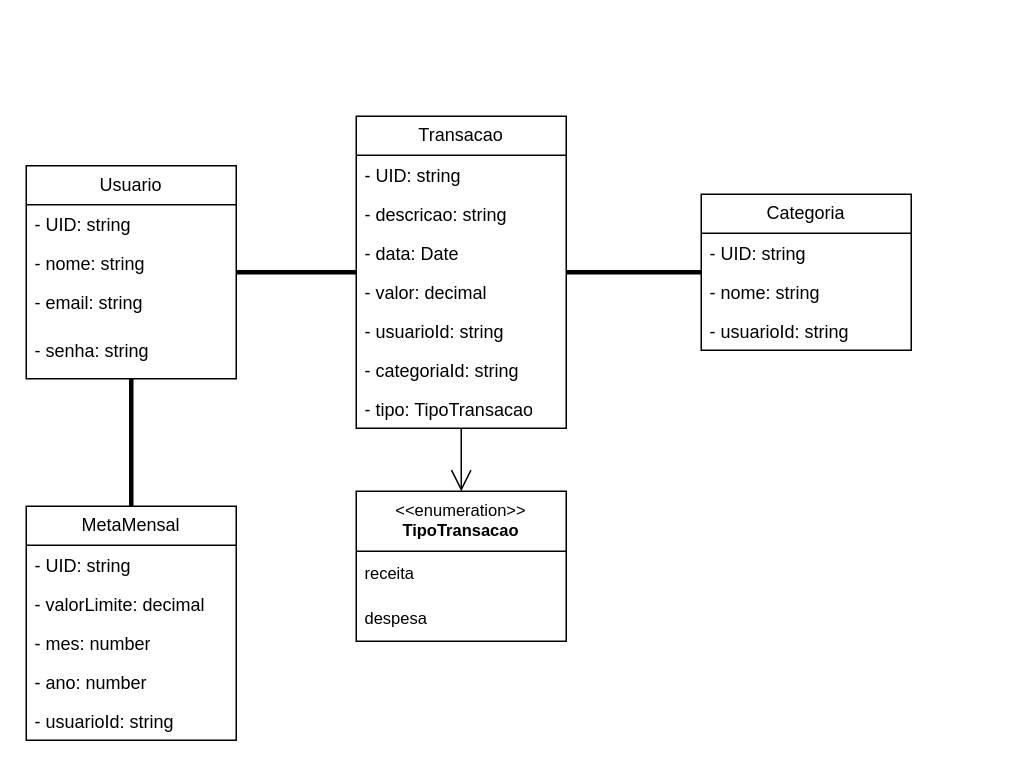
This is page "Diagrama de classes" (1 of 2) of Diagramas_Sis-GastosPessoais.drawio from Guilherme-Domingos/Draw.io, a draw.io file, before an edit. Source tidied: cells renumbered, new cells numbered last; positions are measured from the earlier drawing's top-left corner, leaving out a move shared by most shapes. Both pictures are drawn from the tidied source at 150%, with x=0, y=0 at pixel (26, 116).
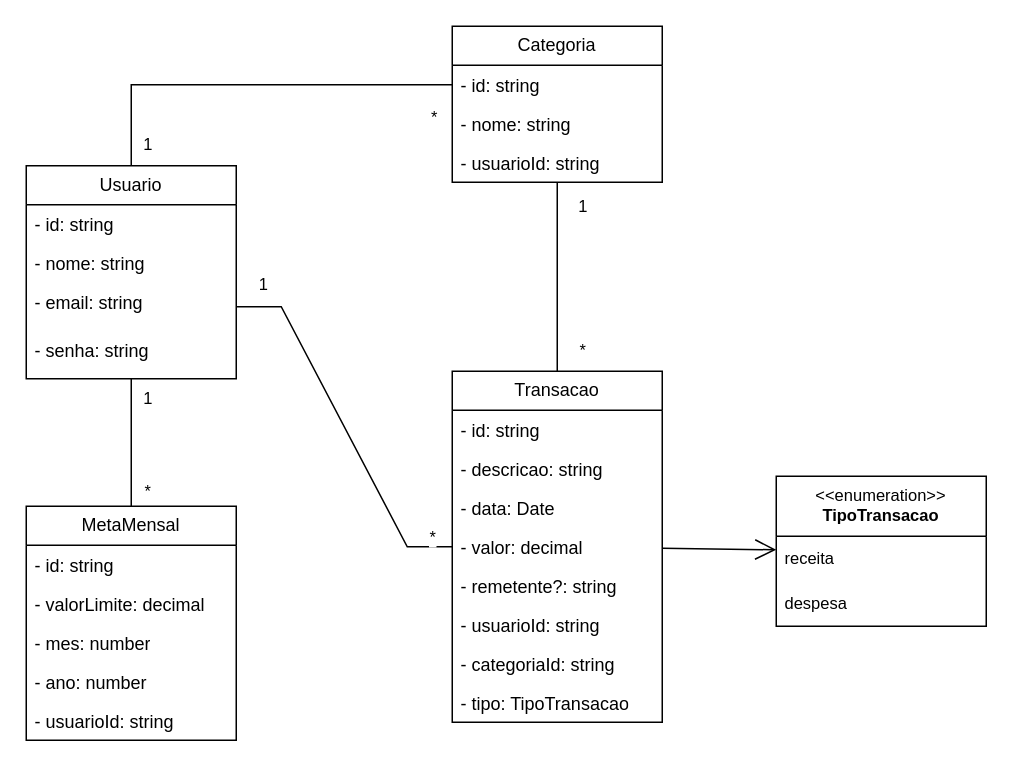
After the change.

The change refers to these unchanged cells:
```xml
<mxCell id="2" value="Usuario" style="swimlane;fontStyle=0;horizontal=1;startSize=26;fillColor=none;whiteSpace=wrap;html=1;" parent="1" vertex="1">
  <mxGeometry y="33" width="140" height="142" as="geometry" />
</mxCell>
<mxCell id="5" value="- email: string" style="text;strokeColor=none;fillColor=none;align=left;verticalAlign=top;spacingLeft=4;spacingRight=4;overflow=hidden;points=[[0,0.5],[1,0.5]];portConstraint=eastwest;whiteSpace=wrap;html=1;" parent="2" vertex="1">
  <mxGeometry y="78" width="140" height="32" as="geometry" />
</mxCell>
<mxCell id="6" value="- senha: string" style="text;strokeColor=none;fillColor=none;align=left;verticalAlign=top;spacingLeft=4;spacingRight=4;overflow=hidden;points=[[0,0.5],[1,0.5]];portConstraint=eastwest;whiteSpace=wrap;html=1;" parent="2" vertex="1">
  <mxGeometry y="110" width="140" height="32" as="geometry" />
</mxCell>
<mxCell id="18" value="- usuarioId: string" style="text;strokeColor=none;fillColor=none;align=left;verticalAlign=top;spacingLeft=4;spacingRight=4;overflow=hidden;points=[[0,0.5],[1,0.5]];portConstraint=eastwest;whiteSpace=wrap;html=1;" parent="15" vertex="1">
  <mxGeometry y="78" width="140" height="26" as="geometry" />
</mxCell>
<mxCell id="19" value="MetaMensal" style="swimlane;fontStyle=0;horizontal=1;startSize=26;fillColor=none;whiteSpace=wrap;html=1;" parent="1" vertex="1">
  <mxGeometry y="260" width="140" height="156" as="geometry" />
</mxCell>
```

Diff of the diagram source:
```diff
@@
-    <mxCell id="3" value="- UID: string" style="text;strokeColor=none;fillColor=none;align=left;verticalAlign=top;spacingLeft=4;spacingRight=4;overflow=hidden;whiteSpace=wrap;html=1;" parent="2" vertex="1">
+    <mxCell id="3" value="- id: string" style="text;strokeColor=none;fillColor=none;align=left;verticalAlign=top;spacingLeft=4;spacingRight=4;overflow=hidden;whiteSpace=wrap;html=1;" parent="2" vertex="1">
       <mxGeometry y="26" width="140" height="26" as="geometry" />
     </mxCell>
@@
     <mxCell id="7" value="Transacao" style="swimlane;fontStyle=0;horizontal=1;startSize=26;fillColor=none;whiteSpace=wrap;html=1;" parent="1" vertex="1">
-      <mxGeometry x="220" width="140" height="208" as="geometry" />
+      <mxGeometry x="284" y="170" width="140" height="234" as="geometry" />
     </mxCell>
-    <mxCell id="8" value="- UID: string" style="text;strokeColor=none;fillColor=none;align=left;verticalAlign=top;spacingLeft=4;spacingRight=4;overflow=hidden;whiteSpace=wrap;html=1;" parent="7" vertex="1">
+    <mxCell id="8" value="- id: string" style="text;strokeColor=none;fillColor=none;align=left;verticalAlign=top;spacingLeft=4;spacingRight=4;overflow=hidden;whiteSpace=wrap;html=1;" parent="7" vertex="1">
       <mxGeometry y="26" width="140" height="26" as="geometry" />
     </mxCell>
@@
+    <mxCell id="32" value="- remetente?: string" style="text;strokeColor=none;fillColor=none;align=left;verticalAlign=top;spacingLeft=4;spacingRight=4;overflow=hidden;whiteSpace=wrap;html=1;" parent="7" vertex="1">
+      <mxGeometry y="130" width="140" height="26" as="geometry" />
+    </mxCell>
     <mxCell id="12" value="- usuarioId: string" style="text;strokeColor=none;fillColor=none;align=left;verticalAlign=top;spacingLeft=4;spacingRight=4;overflow=hidden;whiteSpace=wrap;html=1;" parent="7" vertex="1">
-      <mxGeometry y="130" width="140" height="26" as="geometry" />
+      <mxGeometry y="156" width="140" height="26" as="geometry" />
     </mxCell>
     <mxCell id="13" value="- categoriaId: string" style="text;strokeColor=none;fillColor=none;align=left;verticalAlign=top;spacingLeft=4;spacingRight=4;overflow=hidden;whiteSpace=wrap;html=1;" parent="7" vertex="1">
-      <mxGeometry y="156" width="140" height="26" as="geometry" />
+      <mxGeometry y="182" width="140" height="26" as="geometry" />
     </mxCell>
     <mxCell id="14" value="- tipo: TipoTransacao" style="text;strokeColor=none;fillColor=none;align=left;verticalAlign=top;spacingLeft=4;spacingRight=4;overflow=hidden;whiteSpace=wrap;html=1;" parent="7" vertex="1">
-      <mxGeometry y="182" width="140" height="26" as="geometry" />
+      <mxGeometry y="208" width="140" height="26" as="geometry" />
     </mxCell>
     <mxCell id="15" value="Categoria" style="swimlane;fontStyle=0;horizontal=1;startSize=26;fillColor=none;whiteSpace=wrap;html=1;" parent="1" vertex="1">
-      <mxGeometry x="450" y="52" width="140" height="104" as="geometry" />
+      <mxGeometry x="284" y="-60" width="140" height="104" as="geometry" />
     </mxCell>
-    <mxCell id="16" value="- UID: string" style="text;strokeColor=none;fillColor=none;align=left;verticalAlign=top;spacingLeft=4;spacingRight=4;overflow=hidden;points=[[0,0.5],[1,0.5]];portConstraint=eastwest;whiteSpace=wrap;html=1;" parent="15" vertex="1">
+    <mxCell id="16" value="- id: string" style="text;strokeColor=none;fillColor=none;align=left;verticalAlign=top;spacingLeft=4;spacingRight=4;overflow=hidden;points=[[0,0.5],[1,0.5]];portConstraint=eastwest;whiteSpace=wrap;html=1;" parent="15" vertex="1">
       <mxGeometry y="26" width="140" height="26" as="geometry" />
     </mxCell>
@@
-    <mxCell id="20" value="- UID: string" style="text;strokeColor=none;fillColor=none;align=left;verticalAlign=top;spacingLeft=4;spacingRight=4;overflow=hidden;whiteSpace=wrap;html=1;" parent="19" vertex="1">
+    <mxCell id="20" value="- id: string" style="text;strokeColor=none;fillColor=none;align=left;verticalAlign=top;spacingLeft=4;spacingRight=4;overflow=hidden;whiteSpace=wrap;html=1;" parent="19" vertex="1">
       <mxGeometry y="26" width="140" height="26" as="geometry" />
     </mxCell>
@@
-    <mxCell id="25" style="endArrow=none;startArrow=none;endFill=0;startFill=0;endSize=8;html=1;verticalAlign=bottom;labelBackgroundColor=none;strokeWidth=3;rounded=0;" parent="1" edge="1" source="2" target="7">
-      <mxGeometry relative="1" as="geometry" />
-    </mxCell>
-    <mxCell id="26" style="endArrow=none;startArrow=none;endFill=0;startFill=0;endSize=8;html=1;verticalAlign=bottom;labelBackgroundColor=none;strokeWidth=3;rounded=0;" parent="1" edge="1" source="7" target="15">
-      <mxGeometry relative="1" as="geometry" />
-    </mxCell>
-    <mxCell id="27" style="endArrow=none;startArrow=none;endFill=0;startFill=0;endSize=8;html=1;verticalAlign=bottom;labelBackgroundColor=none;strokeWidth=3;rounded=0;" parent="1" edge="1" source="2" target="19">
-      <mxGeometry relative="1" as="geometry" />
-    </mxCell>
     <mxCell id="28" value="&amp;lt;&amp;lt;enumeration&amp;gt;&amp;gt;&lt;br&gt;&lt;b&gt;TipoTransacao&lt;/b&gt;" style="swimlane;fontStyle=0;align=center;verticalAlign=top;horizontal=1;startSize=40;html=1;whiteSpace=wrap;fontFamily=Helvetica;fontSize=11;fontColor=default;labelBackgroundColor=default;" parent="1" vertex="1">
-      <mxGeometry x="220" y="250" width="140" height="100" as="geometry" />
+      <mxGeometry x="500" y="240" width="140" height="100" as="geometry" />
     </mxCell>
@@
+    <mxCell id="33" style="edgeStyle=orthogonalEdgeStyle;rounded=0;jettySize=auto;html=1;entryX=0.5;entryY=0;entryDx=0;entryDy=0;endArrow=none;startFill=0;" parent="1" edge="1" source="16" target="2">
+      <mxGeometry relative="1" as="geometry" />
+    </mxCell>
+    <mxCell id="34" value="1" style="edgeLabel;html=1;align=center;verticalAlign=middle;" parent="33" vertex="1">
+      <mxGeometry x="0.89" relative="1" as="geometry">
+        <mxPoint x="10" as="offset" />
+      </mxGeometry>
+    </mxCell>
+    <mxCell id="35" value="*" style="edgeLabel;html=1;align=center;verticalAlign=middle;" parent="33" vertex="1">
+      <mxGeometry x="-0.9" relative="1" as="geometry">
+        <mxPoint y="21" as="offset" />
+      </mxGeometry>
+    </mxCell>
+    <mxCell id="36" style="rounded=0;jettySize=auto;html=1;endArrow=none;startFill=0;" parent="1" edge="1" source="6" target="19">
+      <mxGeometry relative="1" as="geometry" />
+    </mxCell>
+    <mxCell id="37" value="1" style="edgeLabel;html=1;align=center;verticalAlign=middle;" parent="36" vertex="1">
+      <mxGeometry x="-0.71" relative="1" as="geometry">
+        <mxPoint x="10" as="offset" />
+      </mxGeometry>
+    </mxCell>
+    <mxCell id="38" value="*" style="edgeLabel;html=1;align=center;verticalAlign=middle;" parent="36" vertex="1">
+      <mxGeometry x="0.75" y="1" relative="1" as="geometry">
+        <mxPoint x="9" as="offset" />
+      </mxGeometry>
+    </mxCell>
+    <mxCell id="39" style="rounded=0;jettySize=auto;html=1;endArrow=none;startFill=0;" parent="1" edge="1" source="18" target="7">
+      <mxGeometry relative="1" as="geometry" />
+    </mxCell>
+    <mxCell id="40" value="1" style="edgeLabel;html=1;align=center;verticalAlign=middle;" parent="39" vertex="1">
+      <mxGeometry x="-0.65" y="-2" relative="1" as="geometry">
+        <mxPoint x="18" y="-7" as="offset" />
+      </mxGeometry>
+    </mxCell>
+    <mxCell id="41" value="*" style="edgeLabel;html=1;align=center;verticalAlign=middle;" parent="39" vertex="1">
+      <mxGeometry x="0.76" y="1" relative="1" as="geometry">
+        <mxPoint x="15" as="offset" />
+      </mxGeometry>
+    </mxCell>
+    <mxCell id="42" style="edgeStyle=entityRelationEdgeStyle;rounded=0;jettySize=auto;html=1;endArrow=none;startFill=0;" parent="1" edge="1" source="5" target="7">
+      <mxGeometry relative="1" as="geometry" />
+    </mxCell>
+    <mxCell id="43" value="1" style="edgeLabel;html=1;align=center;verticalAlign=middle;" parent="42" vertex="1">
+      <mxGeometry x="-0.86" y="1" relative="1" as="geometry">
+        <mxPoint y="-15" as="offset" />
+      </mxGeometry>
+    </mxCell>
+    <mxCell id="44" value="*" style="edgeLabel;html=1;align=center;verticalAlign=middle;" parent="42" vertex="1">
+      <mxGeometry x="0.89" relative="1" as="geometry">
+        <mxPoint y="-7" as="offset" />
+      </mxGeometry>
+    </mxCell>
```
